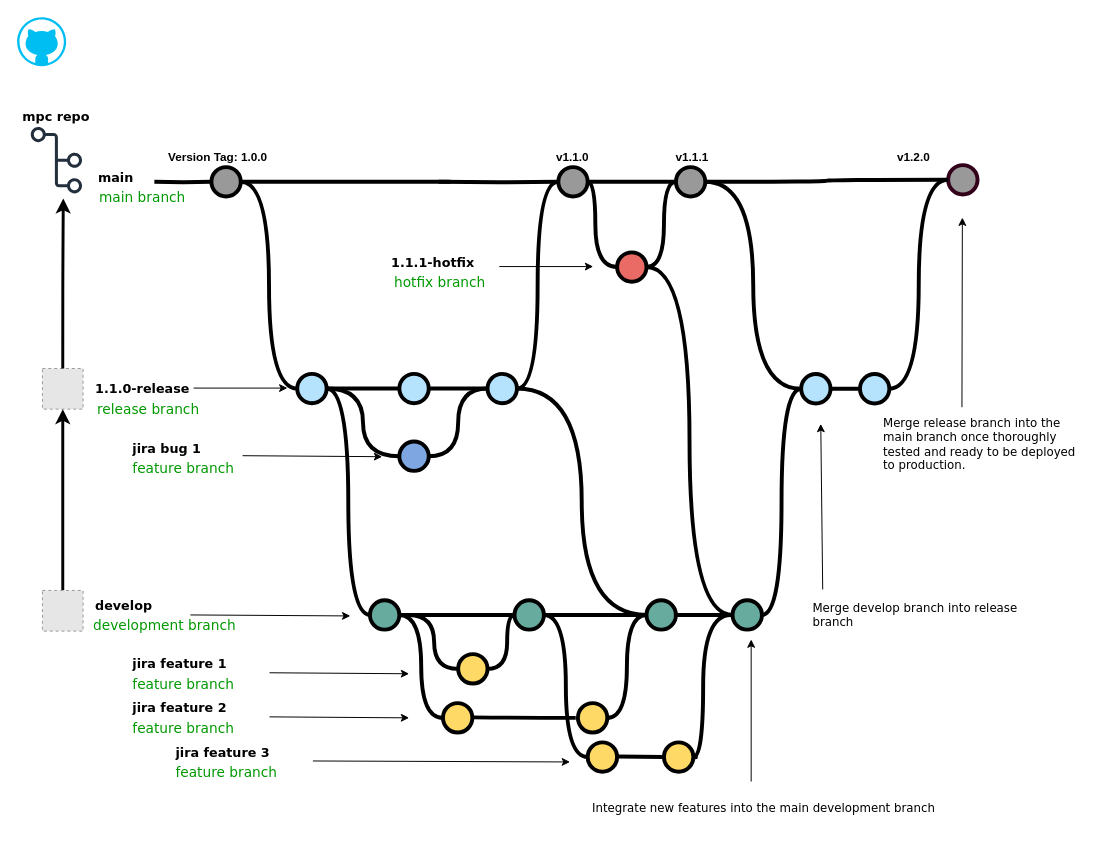
Above: Branching.drawio in M355955/diagrams (draw.io), before the change. Source tidied: cells renumbered, new cells numbered last; positions are measured from the earlier drawing's top-left corner, leaving out a move shared by most shapes. Both pictures are drawn from the tidied source at 98%, with x=0, y=0 at pixel (17, 17). Pictures stored in the file or linked from it are replaced by grey dashed boxes.
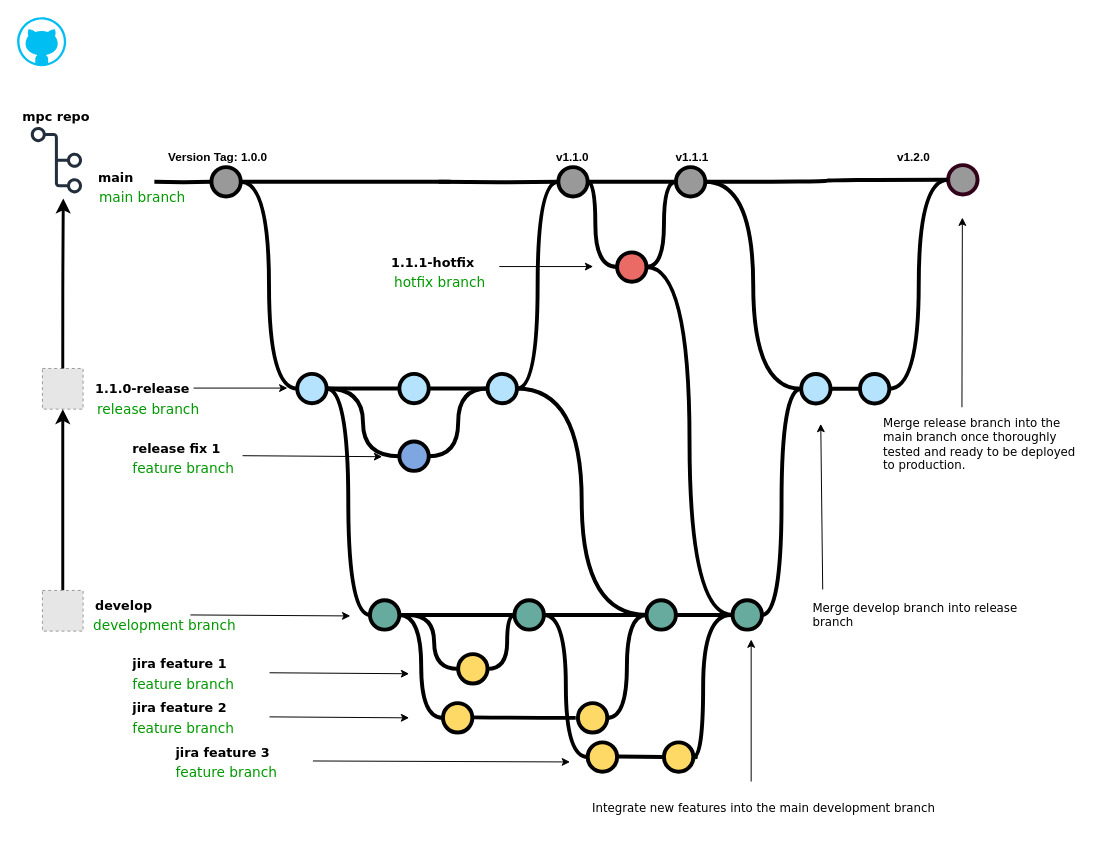
Above is the later version.

What changed in the source:
```diff
@@
-    <mxCell id="92" value="&lt;font style=&quot;font-size: 13px;&quot; face=&quot;Verdana&quot;&gt;jira bug 1&lt;br&gt;&lt;/font&gt;" style="text;html=1;strokeColor=none;fillColor=none;align=left;verticalAlign=middle;whiteSpace=wrap;overflow=hidden;fontSize=14;fontStyle=1;fontFamily=Courier New;" parent="1" vertex="1">
+    <mxCell id="92" value="&lt;font style=&quot;font-size: 13px;&quot; face=&quot;Verdana&quot;&gt;release fix 1&lt;br&gt;&lt;/font&gt;" style="text;html=1;strokeColor=none;fillColor=none;align=left;verticalAlign=middle;whiteSpace=wrap;overflow=hidden;fontSize=14;fontStyle=1;fontFamily=Courier New;" parent="1" vertex="1">
       <mxGeometry x="115.8" y="430" width="240" height="20" as="geometry" />
     </mxCell>
```
